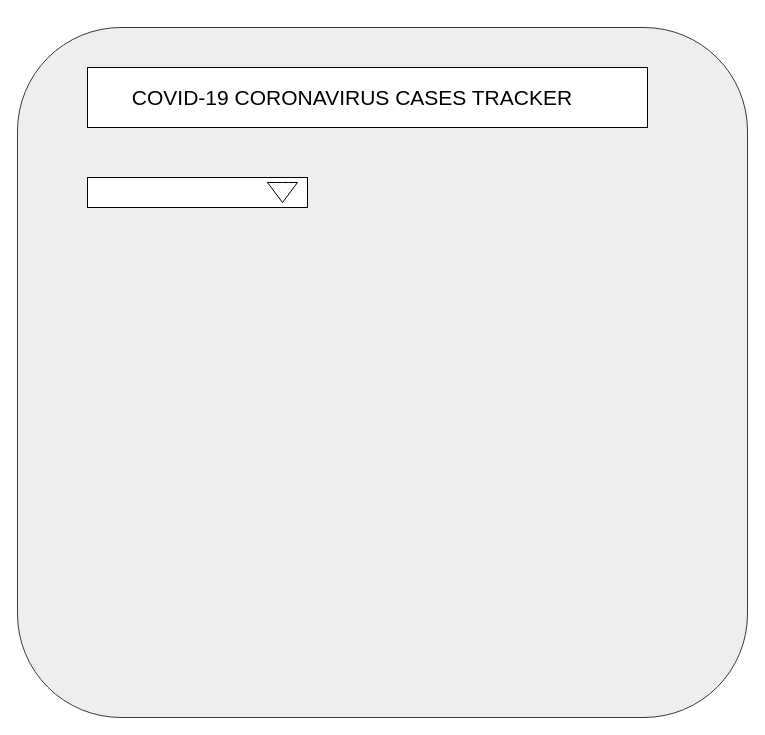
Above: CORONA TRACKER.drawio in DemonCyborg/Story (draw.io), before the change. Source tidied: cells renumbered, new cells numbered last; positions are measured from the earlier drawing's top-left corner, leaving out a move shared by most shapes. Both pictures are drawn from the tidied source at 100%, with x=0, y=0 at pixel (17, 27).
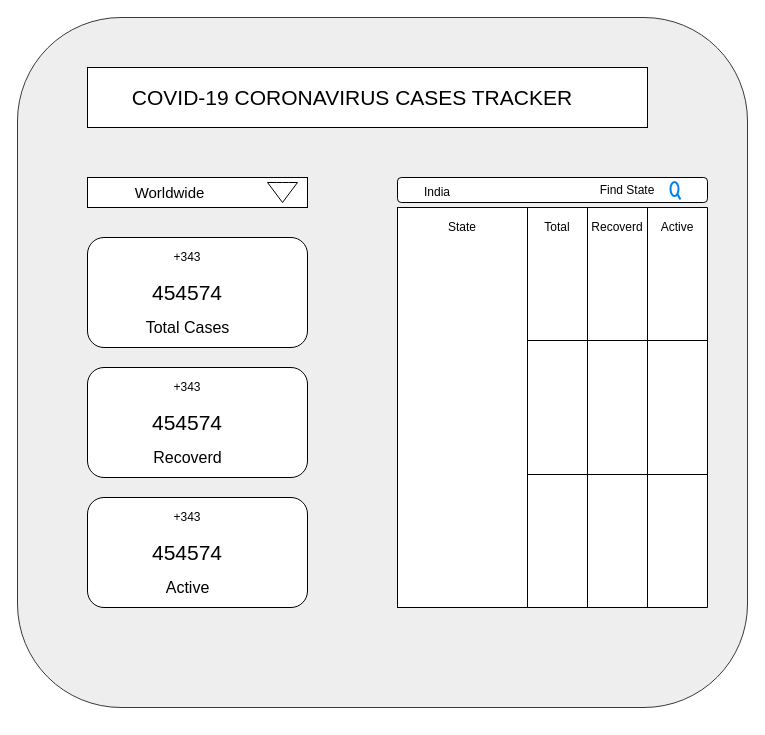
The same page after the edit.

The edit, as a diff of the source:
```diff
@@
     <mxCell id="2" style="rounded=1;whiteSpace=wrap;html=1;fillColor=#eeeeee;strokeColor=#36393d;" parent="1" vertex="1">
-      <mxGeometry width="730" height="690" as="geometry" />
+      <mxGeometry y="-10" width="730" height="690" as="geometry" />
     </mxCell>
@@
+    <mxCell id="7" value="&lt;span style=&quot;font-size: 15px&quot;&gt;Worldwide&lt;/span&gt;" style="text;html=1;strokeColor=none;fillColor=none;align=center;verticalAlign=middle;whiteSpace=wrap;rounded=0;" parent="1" vertex="1">
+      <mxGeometry x="80" y="155" width="145" height="20" as="geometry" />
+    </mxCell>
+    <mxCell id="8" style="rounded=1;whiteSpace=wrap;html=1;" parent="1" vertex="1">
+      <mxGeometry x="70" y="210" width="220" height="110" as="geometry" />
+    </mxCell>
+    <mxCell id="9" value="&lt;font style=&quot;font-size: 16px&quot;&gt;Total Cases&lt;/font&gt;" style="text;html=1;strokeColor=none;fillColor=none;align=center;verticalAlign=middle;whiteSpace=wrap;rounded=0;" parent="1" vertex="1">
+      <mxGeometry x="112.5" y="290" width="115" height="20" as="geometry" />
+    </mxCell>
+    <mxCell id="10" value="&lt;font style=&quot;font-size: 21px&quot;&gt;454574&lt;/font&gt;" style="text;html=1;strokeColor=none;fillColor=none;align=center;verticalAlign=middle;whiteSpace=wrap;rounded=0;" parent="1" vertex="1">
+      <mxGeometry x="135" y="255" width="70" height="20" as="geometry" />
+    </mxCell>
+    <mxCell id="11" value="+343" style="text;html=1;strokeColor=none;fillColor=none;align=center;verticalAlign=middle;whiteSpace=wrap;rounded=0;" parent="1" vertex="1">
+      <mxGeometry x="150" y="220" width="40" height="20" as="geometry" />
+    </mxCell>
+    <mxCell id="12" style="rounded=1;whiteSpace=wrap;html=1;" parent="1" vertex="1">
+      <mxGeometry x="70" y="340" width="220" height="110" as="geometry" />
+    </mxCell>
+    <mxCell id="13" value="&lt;font style=&quot;font-size: 16px&quot;&gt;Recoverd&lt;/font&gt;" style="text;html=1;strokeColor=none;fillColor=none;align=center;verticalAlign=middle;whiteSpace=wrap;rounded=0;" parent="1" vertex="1">
+      <mxGeometry x="112.5" y="420" width="115" height="20" as="geometry" />
+    </mxCell>
+    <mxCell id="14" value="&lt;font style=&quot;font-size: 21px&quot;&gt;454574&lt;/font&gt;" style="text;html=1;strokeColor=none;fillColor=none;align=center;verticalAlign=middle;whiteSpace=wrap;rounded=0;" parent="1" vertex="1">
+      <mxGeometry x="135" y="385" width="70" height="20" as="geometry" />
+    </mxCell>
+    <mxCell id="15" value="+343" style="text;html=1;strokeColor=none;fillColor=none;align=center;verticalAlign=middle;whiteSpace=wrap;rounded=0;" parent="1" vertex="1">
+      <mxGeometry x="150" y="350" width="40" height="20" as="geometry" />
+    </mxCell>
+    <mxCell id="16" style="rounded=1;whiteSpace=wrap;html=1;" parent="1" vertex="1">
+      <mxGeometry x="70" y="470" width="220" height="110" as="geometry" />
+    </mxCell>
+    <mxCell id="17" value="&lt;font style=&quot;font-size: 16px&quot;&gt;Active&lt;/font&gt;" style="text;html=1;strokeColor=none;fillColor=none;align=center;verticalAlign=middle;whiteSpace=wrap;rounded=0;" parent="1" vertex="1">
+      <mxGeometry x="112.5" y="550" width="115" height="20" as="geometry" />
+    </mxCell>
+    <mxCell id="18" value="&lt;font style=&quot;font-size: 21px&quot;&gt;454574&lt;/font&gt;" style="text;html=1;strokeColor=none;fillColor=none;align=center;verticalAlign=middle;whiteSpace=wrap;rounded=0;" parent="1" vertex="1">
+      <mxGeometry x="135" y="515" width="70" height="20" as="geometry" />
+    </mxCell>
+    <mxCell id="19" value="+343" style="text;html=1;strokeColor=none;fillColor=none;align=center;verticalAlign=middle;whiteSpace=wrap;rounded=0;" parent="1" vertex="1">
+      <mxGeometry x="150" y="480" width="40" height="20" as="geometry" />
+    </mxCell>
+    <mxCell id="20" style="rounded=0;whiteSpace=wrap;html=1;" parent="1" vertex="1">
+      <mxGeometry x="380" y="180" width="130" height="400" as="geometry" />
+    </mxCell>
+    <mxCell id="21" style="shape=table;html=1;whiteSpace=wrap;startSize=0;childLayout=tableLayout;" parent="1" vertex="1">
+      <mxGeometry x="510" y="180" width="180" height="400" as="geometry" />
+    </mxCell>
+    <mxCell id="22" style="shape=partialRectangle;html=1;whiteSpace=wrap;fillColor=none;top=0;left=0;bottom=0;right=0;" parent="21" vertex="1">
+      <mxGeometry width="180" height="133" as="geometry" />
+    </mxCell>
+    <mxCell id="23" style="shape=partialRectangle;html=1;whiteSpace=wrap;fillColor=none;top=0;left=0;bottom=0;right=0;overflow=hidden;" parent="22" vertex="1">
+      <mxGeometry width="60" height="133" as="geometry" />
+    </mxCell>
+    <mxCell id="24" style="shape=partialRectangle;html=1;whiteSpace=wrap;fillColor=none;top=0;left=0;bottom=0;right=0;overflow=hidden;" parent="22" vertex="1">
+      <mxGeometry x="60" width="60" height="133" as="geometry" />
+    </mxCell>
+    <mxCell id="25" style="shape=partialRectangle;html=1;whiteSpace=wrap;fillColor=none;top=0;left=0;bottom=0;right=0;overflow=hidden;" parent="22" vertex="1">
+      <mxGeometry x="120" width="60" height="133" as="geometry" />
+    </mxCell>
+    <mxCell id="26" style="shape=partialRectangle;html=1;whiteSpace=wrap;fillColor=none;top=0;left=0;bottom=0;right=0;" parent="21" vertex="1">
+      <mxGeometry y="133" width="180" height="134" as="geometry" />
+    </mxCell>
+    <mxCell id="27" style="shape=partialRectangle;html=1;whiteSpace=wrap;fillColor=none;top=0;left=0;bottom=0;right=0;overflow=hidden;" parent="26" vertex="1">
+      <mxGeometry width="60" height="134" as="geometry" />
+    </mxCell>
+    <mxCell id="28" style="shape=partialRectangle;html=1;whiteSpace=wrap;fillColor=none;top=0;left=0;bottom=0;right=0;overflow=hidden;" parent="26" vertex="1">
+      <mxGeometry x="60" width="60" height="134" as="geometry" />
+    </mxCell>
+    <mxCell id="29" style="shape=partialRectangle;html=1;whiteSpace=wrap;fillColor=none;top=0;left=0;bottom=0;right=0;overflow=hidden;" parent="26" vertex="1">
+      <mxGeometry x="120" width="60" height="134" as="geometry" />
+    </mxCell>
+    <mxCell id="30" style="shape=partialRectangle;html=1;whiteSpace=wrap;fillColor=none;top=0;left=0;bottom=0;right=0;" parent="21" vertex="1">
+      <mxGeometry y="267" width="180" height="133" as="geometry" />
+    </mxCell>
+    <mxCell id="31" style="shape=partialRectangle;html=1;whiteSpace=wrap;fillColor=none;top=0;left=0;bottom=0;right=0;overflow=hidden;" parent="30" vertex="1">
+      <mxGeometry width="60" height="133" as="geometry" />
+    </mxCell>
+    <mxCell id="32" style="shape=partialRectangle;html=1;whiteSpace=wrap;fillColor=none;top=0;left=0;bottom=0;right=0;overflow=hidden;" parent="30" vertex="1">
+      <mxGeometry x="60" width="60" height="133" as="geometry" />
+    </mxCell>
+    <mxCell id="33" style="shape=partialRectangle;html=1;whiteSpace=wrap;fillColor=none;top=0;left=0;bottom=0;right=0;overflow=hidden;" parent="30" vertex="1">
+      <mxGeometry x="120" width="60" height="133" as="geometry" />
+    </mxCell>
+    <mxCell id="34" value="Total" style="text;html=1;strokeColor=none;fillColor=none;align=center;verticalAlign=middle;whiteSpace=wrap;rounded=0;" parent="1" vertex="1">
+      <mxGeometry x="520" y="190" width="40" height="20" as="geometry" />
+    </mxCell>
+    <mxCell id="35" value="Recoverd" style="text;html=1;strokeColor=none;fillColor=none;align=center;verticalAlign=middle;whiteSpace=wrap;rounded=0;" parent="1" vertex="1">
+      <mxGeometry x="580" y="190" width="40" height="20" as="geometry" />
+    </mxCell>
+    <mxCell id="36" value="Active" style="text;html=1;strokeColor=none;fillColor=none;align=center;verticalAlign=middle;whiteSpace=wrap;rounded=0;" parent="1" vertex="1">
+      <mxGeometry x="640" y="190" width="40" height="20" as="geometry" />
+    </mxCell>
+    <mxCell id="37" value="State" style="text;html=1;strokeColor=none;fillColor=none;align=center;verticalAlign=middle;whiteSpace=wrap;rounded=0;" parent="1" vertex="1">
+      <mxGeometry x="425" y="190" width="40" height="20" as="geometry" />
+    </mxCell>
+    <mxCell id="38" style="rounded=1;whiteSpace=wrap;html=1;align=center;" parent="1" vertex="1">
+      <mxGeometry x="380" y="150" width="310" height="25" as="geometry" />
+    </mxCell>
+    <mxCell id="39" value="India" style="text;html=1;strokeColor=none;fillColor=none;align=center;verticalAlign=middle;whiteSpace=wrap;rounded=0;" parent="1" vertex="1">
+      <mxGeometry x="400" y="155" width="40" height="20" as="geometry" />
+    </mxCell>
+    <mxCell id="40" value="Find State" style="text;html=1;strokeColor=none;fillColor=none;align=center;verticalAlign=middle;whiteSpace=wrap;rounded=0;" parent="1" vertex="1">
+      <mxGeometry x="570" y="152.5" width="80" height="20" as="geometry" />
+    </mxCell>
+    <mxCell id="41" style="html=1;verticalLabelPosition=bottom;align=center;labelBackgroundColor=#ffffff;verticalAlign=top;strokeWidth=2;strokeColor=#0080F0;shadow=0;dashed=0;shape=mxgraph.ios7.icons.looking_glass;" parent="1" vertex="1">
+      <mxGeometry x="653" y="154.5" width="10" height="17.5" as="geometry" />
+    </mxCell>
```
